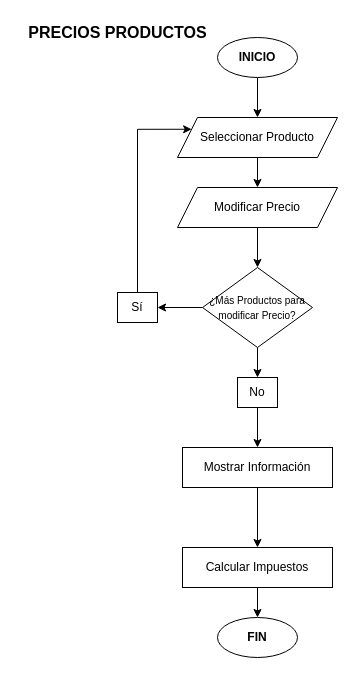
The draw.io diagram PreciosProductos.drawio in vitoriadelanachaves/diagramas_de_flujo, before the edit. Source tidied: cells renumbered, new cells numbered last; positions are measured from the earlier drawing's top-left corner, leaving out a move shared by most shapes. Both pictures are drawn from the tidied source at 100%, with x=0, y=0 at pixel (17, 17).
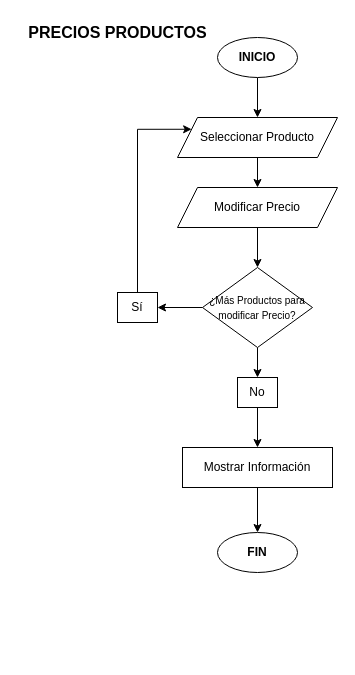
Above is the later version.

Unchanged cells that the change refers to:
```xml
<mxCell id="5" value="Mostrar Información" style="rounded=0;whiteSpace=wrap;html=1;" parent="1" vertex="1">
  <mxGeometry x="165" y="430" width="150" height="40" as="geometry" />
</mxCell>
```

The edit, as a diff of the source:
```diff
@@
-    <mxCell id="4" style="edgeStyle=orthogonalEdgeStyle;rounded=0;jettySize=auto;html=1;exitX=0.5;exitY=1;exitDx=0;exitDy=0;entryX=0.5;entryY=0;entryDx=0;entryDy=0;" parent="1" edge="1" source="5" target="7">
-      <mxGeometry relative="1" as="geometry" />
-    </mxCell>
+    <mxCell id="21" style="edgeStyle=orthogonalEdgeStyle;rounded=0;jettySize=auto;html=1;exitX=0.5;exitY=1;exitDx=0;exitDy=0;entryX=0.5;entryY=0;entryDx=0;entryDy=0;" parent="1" edge="1" source="5" target="15">
+      <mxGeometry relative="1" as="geometry" />
+    </mxCell>
@@
-    <mxCell id="6" style="edgeStyle=orthogonalEdgeStyle;rounded=0;jettySize=auto;html=1;exitX=0.5;exitY=1;exitDx=0;exitDy=0;entryX=0.5;entryY=0;entryDx=0;entryDy=0;" parent="1" edge="1" source="7">
-      <mxGeometry relative="1" as="geometry">
-        <mxPoint x="240" y="600" as="targetPoint" />
-      </mxGeometry>
-    </mxCell>
-    <mxCell id="7" value="Calcular Impuestos" style="rounded=0;whiteSpace=wrap;html=1;" parent="1" vertex="1">
-      <mxGeometry x="165" y="530" width="150" height="40" as="geometry" />
-    </mxCell>
@@
     <mxCell id="15" value="&lt;b&gt;FIN&lt;/b&gt;" style="ellipse;whiteSpace=wrap;html=1;" parent="1" vertex="1">
-      <mxGeometry x="200" y="600" width="80" height="40" as="geometry" />
+      <mxGeometry x="200" y="515" width="80" height="40" as="geometry" />
     </mxCell>
```
